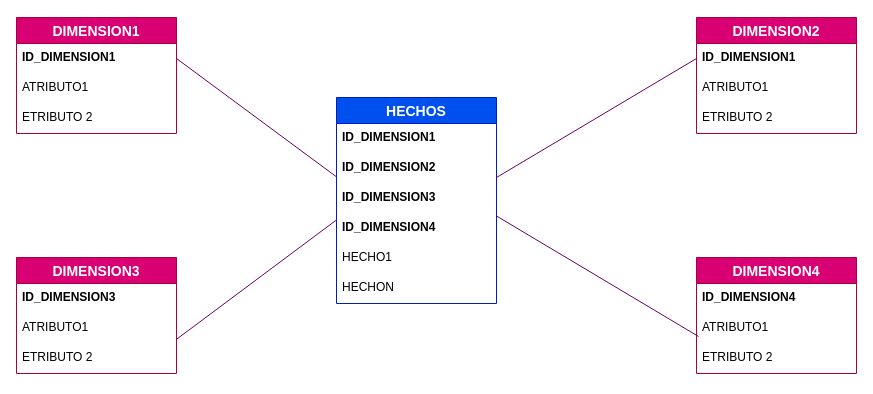
The draw.io diagram DIAGRAMAN/Diagrama Estrella.drawio in IVONNE80/BASE-DE-DATOS, before the edit. Source tidied: cells renumbered, new cells numbered last; positions are measured from the earlier drawing's top-left corner, leaving out a move shared by most shapes. Both pictures are drawn from the tidied source at 100%, with x=0, y=0 at pixel (16, 17).
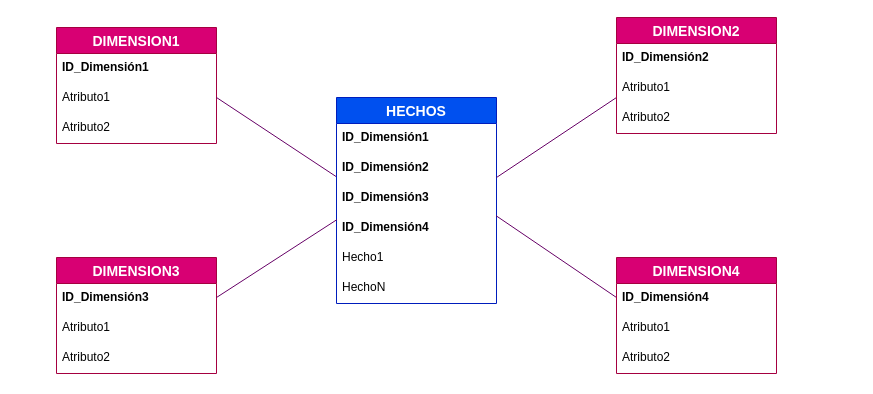
The same diagram, later.

The change refers to these unchanged cells:
```xml
<mxCell id="2" value="HECHOS" style="swimlane;fontStyle=1;horizontal=1;startSize=26;align=center;fontSize=14;fillColor=#0050ef;strokeColor=#001DBC;fontColor=#ffffff;" parent="1" vertex="1">
  <mxGeometry x="320" y="80" width="160" height="206" as="geometry" />
</mxCell>
```

What changed in the source:
```diff
@@
-    <mxCell id="3" value="ID_DIMENSION1" style="text;strokeColor=none;fillColor=none;spacingLeft=4;spacingRight=4;overflow=hidden;fontSize=12;fontStyle=1;" parent="2" vertex="1">
+    <mxCell id="3" value="ID_Dimensión1" style="text;strokeColor=none;fillColor=none;spacingLeft=4;spacingRight=4;overflow=hidden;fontSize=12;fontStyle=1;" parent="2" vertex="1">
       <mxGeometry y="26" width="160" height="30" as="geometry" />
     </mxCell>
-    <mxCell id="4" value="ID_DIMENSION2" style="text;strokeColor=none;fillColor=none;spacingLeft=4;spacingRight=4;overflow=hidden;points=[[0,0.5],[1,0.5]];portConstraint=eastwest;fontSize=12;fontStyle=1;" parent="2" vertex="1">
+    <mxCell id="4" value="ID_Dimensión2" style="text;strokeColor=none;fillColor=none;spacingLeft=4;spacingRight=4;overflow=hidden;points=[[0,0.5],[1,0.5]];portConstraint=eastwest;fontSize=12;fontStyle=1;" parent="2" vertex="1">
       <mxGeometry y="56" width="160" height="30" as="geometry" />
     </mxCell>
-    <mxCell id="5" value="ID_DIMENSION3" style="text;strokeColor=none;fillColor=none;spacingLeft=4;spacingRight=4;overflow=hidden;fontSize=12;fontStyle=1;" parent="2" vertex="1">
+    <mxCell id="5" value="ID_Dimensión3" style="text;strokeColor=none;fillColor=none;spacingLeft=4;spacingRight=4;overflow=hidden;fontSize=12;fontStyle=1;" parent="2" vertex="1">
       <mxGeometry y="86" width="160" height="30" as="geometry" />
     </mxCell>
-    <mxCell id="6" value="ID_DIMENSION4" style="text;strokeColor=none;fillColor=none;spacingLeft=4;spacingRight=4;overflow=hidden;points=[[0,0.5],[1,0.5]];portConstraint=eastwest;fontSize=12;fontStyle=1;" parent="2" vertex="1">
+    <mxCell id="6" value="ID_Dimensión4" style="text;strokeColor=none;fillColor=none;spacingLeft=4;spacingRight=4;overflow=hidden;points=[[0,0.5],[1,0.5]];portConstraint=eastwest;fontSize=12;fontStyle=1;" parent="2" vertex="1">
       <mxGeometry y="116" width="160" height="30" as="geometry" />
     </mxCell>
-    <mxCell id="7" value="HECHO1" style="text;strokeColor=none;fillColor=none;spacingLeft=4;spacingRight=4;overflow=hidden;fontSize=12;" parent="2" vertex="1">
+    <mxCell id="7" value="Hecho1" style="text;strokeColor=none;fillColor=none;spacingLeft=4;spacingRight=4;overflow=hidden;fontSize=12;" parent="2" vertex="1">
       <mxGeometry y="146" width="160" height="30" as="geometry" />
     </mxCell>
-    <mxCell id="8" value="HECHON" style="text;strokeColor=none;fillColor=none;spacingLeft=4;spacingRight=4;overflow=hidden;fontSize=12;" parent="2" vertex="1">
+    <mxCell id="8" value="HechoN" style="text;strokeColor=none;fillColor=none;spacingLeft=4;spacingRight=4;overflow=hidden;fontSize=12;" parent="2" vertex="1">
       <mxGeometry y="176" width="160" height="30" as="geometry" />
     </mxCell>
     <mxCell id="9" value="DIMENSION1" style="swimlane;fontStyle=1;horizontal=1;startSize=26;align=center;fontSize=14;fillColor=#d80073;strokeColor=#A50040;fontColor=#ffffff;" parent="1" vertex="1">
-      <mxGeometry width="160" height="116" as="geometry" />
+      <mxGeometry x="40" y="10" width="160" height="116" as="geometry" />
     </mxCell>
-    <mxCell id="10" value="ID_DIMENSION1" style="text;strokeColor=none;fillColor=none;spacingLeft=4;spacingRight=4;overflow=hidden;points=[[0,0.5],[1,0.5]];portConstraint=eastwest;fontSize=12;fontStyle=1;" parent="9" vertex="1">
+    <mxCell id="10" value="ID_Dimensión1" style="text;strokeColor=none;fillColor=none;spacingLeft=4;spacingRight=4;overflow=hidden;points=[[0,0.5],[1,0.5]];portConstraint=eastwest;fontSize=12;fontStyle=1;labelBorderColor=none;fontColor=default;" parent="9" vertex="1">
       <mxGeometry y="26" width="160" height="30" as="geometry" />
     </mxCell>
-    <mxCell id="11" value="ATRIBUTO1" style="text;strokeColor=none;fillColor=none;spacingLeft=4;spacingRight=4;overflow=hidden;fontSize=12;" parent="9" vertex="1">
+    <mxCell id="11" value="Atributo1" style="text;strokeColor=none;fillColor=none;spacingLeft=4;spacingRight=4;overflow=hidden;fontSize=12;html=1;" parent="9" vertex="1">
       <mxGeometry y="56" width="160" height="30" as="geometry" />
     </mxCell>
-    <mxCell id="12" value="ETRIBUTO 2" style="text;strokeColor=none;fillColor=none;spacingLeft=4;spacingRight=4;overflow=hidden;fontSize=12;" parent="9" vertex="1">
+    <mxCell id="12" value="Atributo2" style="text;strokeColor=none;fillColor=none;spacingLeft=4;spacingRight=4;overflow=hidden;fontSize=12;" parent="9" vertex="1">
       <mxGeometry y="86" width="160" height="30" as="geometry" />
     </mxCell>
-    <mxCell id="13" value="DIMENSION2" style="swimlane;fontStyle=1;horizontal=1;startSize=26;align=center;fontSize=14;fillColor=#d80073;strokeColor=#A50040;fontColor=#ffffff;" parent="1" vertex="1">
-      <mxGeometry x="680" width="160" height="116" as="geometry" />
-    </mxCell>
-    <mxCell id="14" value="ID_DIMENSION1" style="text;strokeColor=none;fillColor=none;spacingLeft=4;spacingRight=4;overflow=hidden;points=[[0,0.5],[1,0.5]];portConstraint=eastwest;fontSize=12;fontStyle=1;" parent="13" vertex="1">
-      <mxGeometry y="26" width="160" height="30" as="geometry" />
-    </mxCell>
-    <mxCell id="15" value="ATRIBUTO1" style="text;strokeColor=none;fillColor=none;spacingLeft=4;spacingRight=4;overflow=hidden;fontSize=12;" parent="13" vertex="1">
-      <mxGeometry y="56" width="160" height="30" as="geometry" />
-    </mxCell>
-    <mxCell id="16" value="ETRIBUTO 2" style="text;strokeColor=none;fillColor=none;spacingLeft=4;spacingRight=4;overflow=hidden;fontSize=12;" parent="13" vertex="1">
-      <mxGeometry y="86" width="160" height="30" as="geometry" />
-    </mxCell>
     <mxCell id="17" value="DIMENSION3" style="swimlane;fontStyle=1;horizontal=1;startSize=26;align=center;fontSize=14;fillColor=#d80073;strokeColor=#A50040;fontColor=#ffffff;" parent="1" vertex="1">
-      <mxGeometry y="240" width="160" height="116" as="geometry" />
+      <mxGeometry x="40" y="240" width="160" height="116" as="geometry" />
     </mxCell>
-    <mxCell id="18" value="ID_DIMENSION3" style="text;strokeColor=none;fillColor=none;spacingLeft=4;spacingRight=4;overflow=hidden;fontSize=12;fontStyle=1;" parent="17" vertex="1">
+    <mxCell id="18" value="ID_Dimensión3" style="text;strokeColor=none;fillColor=none;spacingLeft=4;spacingRight=4;overflow=hidden;fontSize=12;fontStyle=1;" parent="17" vertex="1">
       <mxGeometry y="26" width="160" height="30" as="geometry" />
     </mxCell>
-    <mxCell id="19" value="ATRIBUTO1" style="text;strokeColor=none;fillColor=none;spacingLeft=4;spacingRight=4;overflow=hidden;fontSize=12;" parent="17" vertex="1">
+    <mxCell id="19" value="Atributo1" style="text;strokeColor=none;fillColor=none;spacingLeft=4;spacingRight=4;overflow=hidden;fontSize=12;" parent="17" vertex="1">
       <mxGeometry y="56" width="160" height="30" as="geometry" />
     </mxCell>
-    <mxCell id="20" value="ETRIBUTO 2" style="text;strokeColor=none;fillColor=none;spacingLeft=4;spacingRight=4;overflow=hidden;fontSize=12;" parent="17" vertex="1">
+    <mxCell id="20" value="Atributo2" style="text;strokeColor=none;fillColor=none;spacingLeft=4;spacingRight=4;overflow=hidden;fontSize=12;" parent="17" vertex="1">
       <mxGeometry y="86" width="160" height="30" as="geometry" />
     </mxCell>
-    <mxCell id="21" value="DIMENSION4" style="swimlane;fontStyle=1;horizontal=1;startSize=26;align=center;fontSize=14;fillColor=#d80073;strokeColor=#A50040;fontColor=#ffffff;" parent="1" vertex="1">
-      <mxGeometry x="680" y="240" width="160" height="116" as="geometry" />
-    </mxCell>
-    <mxCell id="22" value="ID_DIMENSION4" style="text;strokeColor=none;fillColor=none;spacingLeft=4;spacingRight=4;overflow=hidden;fontSize=12;fontStyle=1;" parent="21" vertex="1">
-      <mxGeometry y="26" width="160" height="30" as="geometry" />
-    </mxCell>
-    <mxCell id="23" value="ATRIBUTO1" style="text;strokeColor=none;fillColor=none;spacingLeft=4;spacingRight=4;overflow=hidden;points=[[0,0.5],[1,0.5]];portConstraint=eastwest;fontSize=12;" parent="21" vertex="1">
-      <mxGeometry y="56" width="160" height="30" as="geometry" />
-    </mxCell>
-    <mxCell id="24" value="ETRIBUTO 2" style="text;strokeColor=none;fillColor=none;spacingLeft=4;spacingRight=4;overflow=hidden;fontSize=12;" parent="21" vertex="1">
-      <mxGeometry y="86" width="160" height="30" as="geometry" />
-    </mxCell>
-    <mxCell id="25" style="endArrow=none;html=1;fontColor=#0000CC;entryX=0;entryY=0.5;entryDx=0;entryDy=0;strokeColor=#660066;rounded=0;" parent="1" edge="1" target="14">
+    <mxCell id="25" style="endArrow=none;html=1;fontColor=#0000CC;strokeColor=#660066;rounded=0;" parent="1" edge="1">
       <mxGeometry relative="1" as="geometry">
         <mxPoint x="480" y="160" as="sourcePoint" />
+        <mxPoint x="600" y="80" as="targetPoint" />
       </mxGeometry>
     </mxCell>
     <mxCell id="26" style="endArrow=none;html=1;fontColor=#0000CC;entryX=0.002;entryY=0.207;entryDx=0;entryDy=0;entryPerimeter=0;strokeColor=#660066;rounded=0;" parent="1" edge="1" target="6">
       <mxGeometry relative="1" as="geometry">
-        <mxPoint x="160" y="321.8" as="sourcePoint" />
+        <mxPoint x="200" y="280" as="sourcePoint" />
       </mxGeometry>
     </mxCell>
-    <mxCell id="27" style="endArrow=none;html=1;fontColor=#0000CC;entryX=0.013;entryY=0.767;entryDx=0;entryDy=0;entryPerimeter=0;strokeColor=#660066;rounded=0;exitX=0.997;exitY=0.073;exitDx=0;exitDy=0;exitPerimeter=0;" parent="1" edge="1" source="6" target="23">
-      <mxGeometry relative="1" as="geometry" />
+    <mxCell id="27" style="endArrow=none;html=1;fontColor=#0000CC;strokeColor=#660066;rounded=0;exitX=0.997;exitY=0.073;exitDx=0;exitDy=0;exitPerimeter=0;" parent="1" edge="1" source="6">
+      <mxGeometry relative="1" as="geometry">
+        <mxPoint x="600" y="280" as="targetPoint" />
+      </mxGeometry>
     </mxCell>
-    <mxCell id="28" style="endArrow=none;html=1;fontColor=#0000CC;entryX=-0.003;entryY=0.767;entryDx=0;entryDy=0;entryPerimeter=0;strokeColor=#660066;rounded=0;exitX=1;exitY=0.5;exitDx=0;exitDy=0;" parent="1" edge="1" source="10" target="4">
-      <mxGeometry relative="1" as="geometry" />
+    <mxCell id="28" style="endArrow=none;html=1;fontColor=#0000CC;entryX=-0.003;entryY=0.767;entryDx=0;entryDy=0;entryPerimeter=0;strokeColor=#660066;rounded=0;" parent="1" edge="1" target="4">
+      <mxGeometry relative="1" as="geometry">
+        <mxPoint x="200" y="80" as="sourcePoint" />
+      </mxGeometry>
     </mxCell>
+    <mxCell id="13" value="DIMENSION2" style="swimlane;fontStyle=1;horizontal=1;startSize=26;align=center;fontSize=14;fillColor=#d80073;strokeColor=#A50040;fontColor=#ffffff;" parent="1" vertex="1">
+      <mxGeometry x="600" width="160" height="116" as="geometry" />
+    </mxCell>
+    <mxCell id="29" value="ID_Dimensión2" style="text;strokeColor=none;fillColor=none;spacingLeft=4;spacingRight=4;overflow=hidden;fontSize=12;fontStyle=1;labelBorderColor=none;fontColor=default;" parent="13" vertex="1">
+      <mxGeometry y="26" width="160" height="30" as="geometry" />
+    </mxCell>
+    <mxCell id="30" value="Atributo1" style="text;strokeColor=none;fillColor=none;spacingLeft=4;spacingRight=4;overflow=hidden;fontSize=12;html=1;" parent="13" vertex="1">
+      <mxGeometry y="56" width="160" height="30" as="geometry" />
+    </mxCell>
+    <mxCell id="31" value="Atributo2" style="text;strokeColor=none;fillColor=none;spacingLeft=4;spacingRight=4;overflow=hidden;fontSize=12;" parent="13" vertex="1">
+      <mxGeometry y="86" width="160" height="30" as="geometry" />
+    </mxCell>
+    <mxCell id="21" value="DIMENSION4" style="swimlane;fontStyle=1;horizontal=1;startSize=26;align=center;fontSize=14;fillColor=#d80073;strokeColor=#A50040;fontColor=#ffffff;" parent="1" vertex="1">
+      <mxGeometry x="600" y="240" width="160" height="116" as="geometry" />
+    </mxCell>
+    <mxCell id="32" value="ID_Dimensión4" style="text;strokeColor=none;fillColor=none;spacingLeft=4;spacingRight=4;overflow=hidden;fontSize=12;fontStyle=1;labelBorderColor=none;fontColor=default;" parent="21" vertex="1">
+      <mxGeometry y="26" width="160" height="30" as="geometry" />
+    </mxCell>
+    <mxCell id="33" value="Atributo1" style="text;strokeColor=none;fillColor=none;spacingLeft=4;spacingRight=4;overflow=hidden;fontSize=12;html=1;" parent="21" vertex="1">
+      <mxGeometry y="56" width="160" height="30" as="geometry" />
+    </mxCell>
+    <mxCell id="34" value="Atributo2" style="text;strokeColor=none;fillColor=none;spacingLeft=4;spacingRight=4;overflow=hidden;fontSize=12;" parent="21" vertex="1">
+      <mxGeometry y="86" width="160" height="30" as="geometry" />
+    </mxCell>
```
